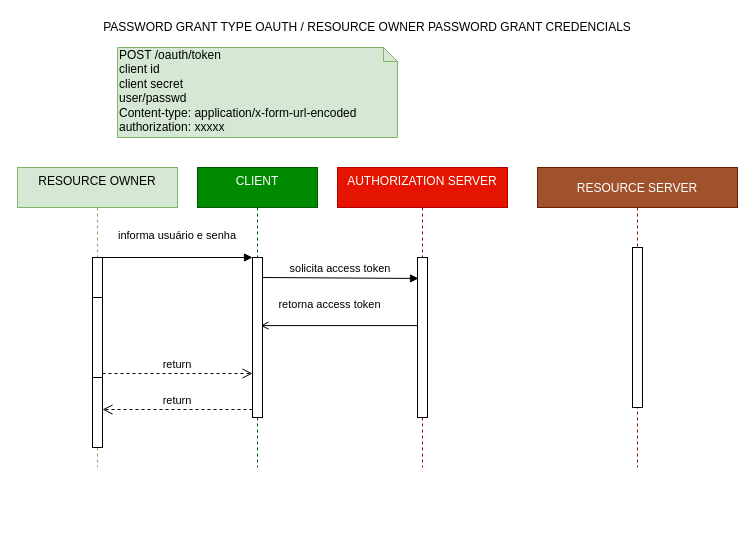
Before: Untitled Diagram.drawio in nelson-aguiar/draw-uml, a draw.io diagram. Source tidied: cells renumbered, new cells numbered last; positions are measured from the earlier drawing's top-left corner, leaving out a move shared by most shapes. Both pictures are drawn from the tidied source at 100%, with x=0, y=0 at pixel (17, 17).
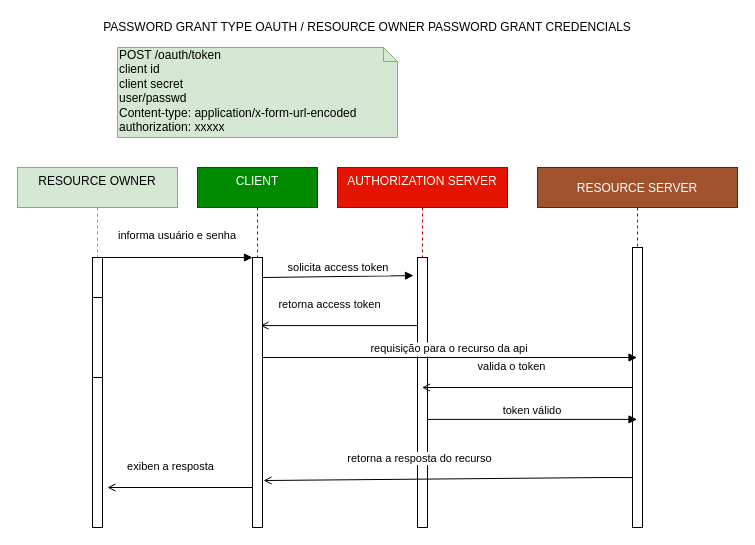
The same diagram, later.

The change refers to these unchanged cells:
```xml
<mxCell id="8" value="RESOURCE SERVER" style="shape=umlLifeline;perimeter=lifelinePerimeter;rounded=0;shadow=0;strokeWidth=1;fillColor=#a0522d;strokeColor=#6D1F00;fontColor=#ffffff;" parent="1" vertex="1">
  <mxGeometry x="520" y="150" width="200" height="300" as="geometry" />
</mxCell>
<mxCell id="13" style="points=[];perimeter=orthogonalPerimeter;rounded=0;shadow=0;strokeWidth=1;" parent="10" vertex="1">
  <mxGeometry x="75" y="130" width="10" height="80" as="geometry" />
</mxCell>
```

The edit, as a diff of the source:
```diff
@@
-    <mxCell id="3" value="return" style="verticalAlign=bottom;endArrow=open;dashed=1;endSize=8;exitX=0;exitY=0.95;shadow=0;strokeWidth=1;" parent="1" edge="1" source="18" target="12">
-      <mxGeometry relative="1" as="geometry" />
-    </mxCell>
@@
-    <mxCell id="5" value="return" style="verticalAlign=bottom;endArrow=open;dashed=1;endSize=8;exitX=1;exitY=0.95;shadow=0;strokeWidth=1;" parent="1" edge="1" source="13" target="18">
-      <mxGeometry relative="1" as="geometry" />
-    </mxCell>
     <mxCell id="6" value="AUTHORIZATION SERVER&#10;" style="shape=umlLifeline;perimeter=lifelinePerimeter;rounded=0;shadow=0;strokeWidth=1;fillColor=#e51400;strokeColor=#B20000;fontColor=#ffffff;" parent="1" vertex="1">
-      <mxGeometry x="320" y="150" width="170" height="300" as="geometry" />
+      <mxGeometry x="320" y="150" width="170" height="360" as="geometry" />
     </mxCell>
     <mxCell id="7" style="points=[];perimeter=orthogonalPerimeter;rounded=0;shadow=0;strokeWidth=1;" parent="6" vertex="1">
-      <mxGeometry x="80" y="90" width="10" height="160" as="geometry" />
+      <mxGeometry x="80" y="90" width="10" height="270" as="geometry" />
     </mxCell>
@@
     <mxCell id="10" style="group;" parent="1" vertex="1">
-      <mxGeometry y="150" width="160" height="300" as="geometry" />
+      <mxGeometry y="150" width="160" height="360" as="geometry" />
     </mxCell>
@@
     <mxCell id="12" style="points=[];perimeter=orthogonalPerimeter;rounded=0;shadow=0;strokeWidth=1;" parent="10" vertex="1">
-      <mxGeometry x="75" y="90" width="10" height="190" as="geometry" />
+      <mxGeometry x="75" y="90" width="10" height="270" as="geometry" />
     </mxCell>
@@
+    <mxCell id="20" value="exiben a resposta" style="html=1;verticalAlign=bottom;endArrow=open;" parent="10" edge="1">
+      <mxGeometry x="0.16" y="-12" relative="1" as="geometry">
+        <mxPoint x="236.5" y="320" as="sourcePoint" />
+        <mxPoint x="90" y="320" as="targetPoint" />
+        <mxPoint x="1" as="offset" />
+      </mxGeometry>
+    </mxCell>
     <mxCell id="14" style="perimeter=orthogonalPerimeter;rounded=0;shadow=0;strokeWidth=1;" parent="1" vertex="1">
-      <mxGeometry x="615" y="230" width="10" height="160" as="geometry" />
+      <mxGeometry x="615" y="230" width="10" height="280" as="geometry" />
     </mxCell>
-    <mxCell id="15" value="solicita access token" style="verticalAlign=bottom;endArrow=block;shadow=0;strokeWidth=1;entryX=0.1;entryY=0.131;entryDx=0;entryDy=0;entryPerimeter=0;" parent="1" edge="1" target="7">
+    <mxCell id="15" value="solicita access token" style="verticalAlign=bottom;endArrow=block;shadow=0;strokeWidth=1;entryX=-0.4;entryY=0.067;entryDx=0;entryDy=0;entryPerimeter=0;" parent="1" edge="1" target="7">
       <mxGeometry relative="1" as="geometry">
         <mxPoint x="245" y="260" as="sourcePoint" />
       </mxGeometry>
     </mxCell>
     <mxCell id="16" style="group;" parent="1" vertex="1">
-      <mxGeometry x="180" y="150" width="120" height="300" as="geometry" />
+      <mxGeometry x="180" y="150" width="120" height="360" as="geometry" />
     </mxCell>
@@
     <mxCell id="18" style="points=[];perimeter=orthogonalPerimeter;rounded=0;shadow=0;strokeWidth=1;" parent="16" vertex="1">
-      <mxGeometry x="55" y="90" width="10" height="160" as="geometry" />
+      <mxGeometry x="55" y="90" width="10" height="270" as="geometry" />
     </mxCell>
+    <mxCell id="21" value="requisição para o recurso da api" style="verticalAlign=bottom;endArrow=block;shadow=0;strokeWidth=1;" parent="16" edge="1" target="8">
+      <mxGeometry relative="1" as="geometry">
+        <mxPoint x="65" y="190" as="sourcePoint" />
+      </mxGeometry>
+    </mxCell>
@@
+    <mxCell id="22" value="valida o token" style="html=1;verticalAlign=bottom;endArrow=open;" parent="1" edge="1" target="6">
+      <mxGeometry x="0.16" y="-12" relative="1" as="geometry">
+        <mxPoint x="615" y="370" as="sourcePoint" />
+        <mxPoint x="1" as="offset" />
+      </mxGeometry>
+    </mxCell>
+    <mxCell id="23" value="token válido" style="verticalAlign=bottom;endArrow=block;shadow=0;strokeWidth=1;" parent="1" edge="1" target="8">
+      <mxGeometry relative="1" as="geometry">
+        <mxPoint x="410" y="401.9" as="sourcePoint" />
+      </mxGeometry>
+    </mxCell>
+    <mxCell id="24" value="retorna a resposta do recurso" style="html=1;verticalAlign=bottom;endArrow=open;entryX=1.1;entryY=0.826;entryDx=0;entryDy=0;entryPerimeter=0;" parent="1" edge="1" target="18">
+      <mxGeometry x="0.16" y="-12" relative="1" as="geometry">
+        <mxPoint x="615" y="460.1" as="sourcePoint" />
+        <Array as="points">
+          <mxPoint x="590.5" y="460" />
+        </Array>
+        <mxPoint x="1" as="offset" />
+      </mxGeometry>
+    </mxCell>
```
